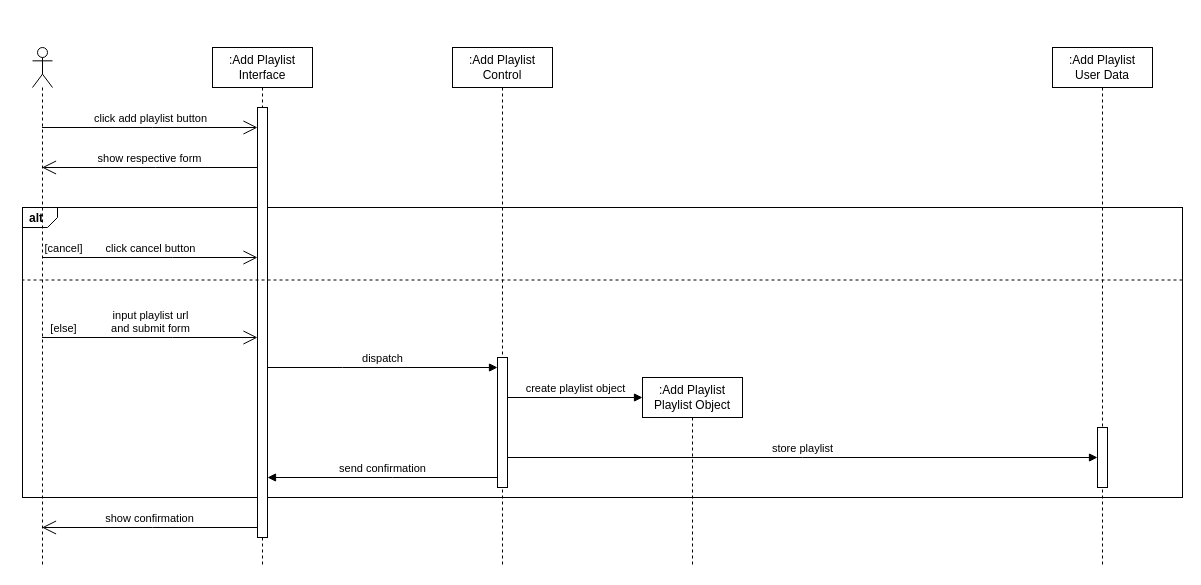
The draw.io diagram other-files/Process Diagrams/Add Playlist.drawio in Jorge-L-F/MyGym, before the edit. Source tidied: cells renumbered, new cells numbered last; positions are measured from the earlier drawing's top-left corner, leaving out a move shared by most shapes. Both pictures are drawn from the tidied source at 100%, with x=0, y=0 at pixel (22, 47).
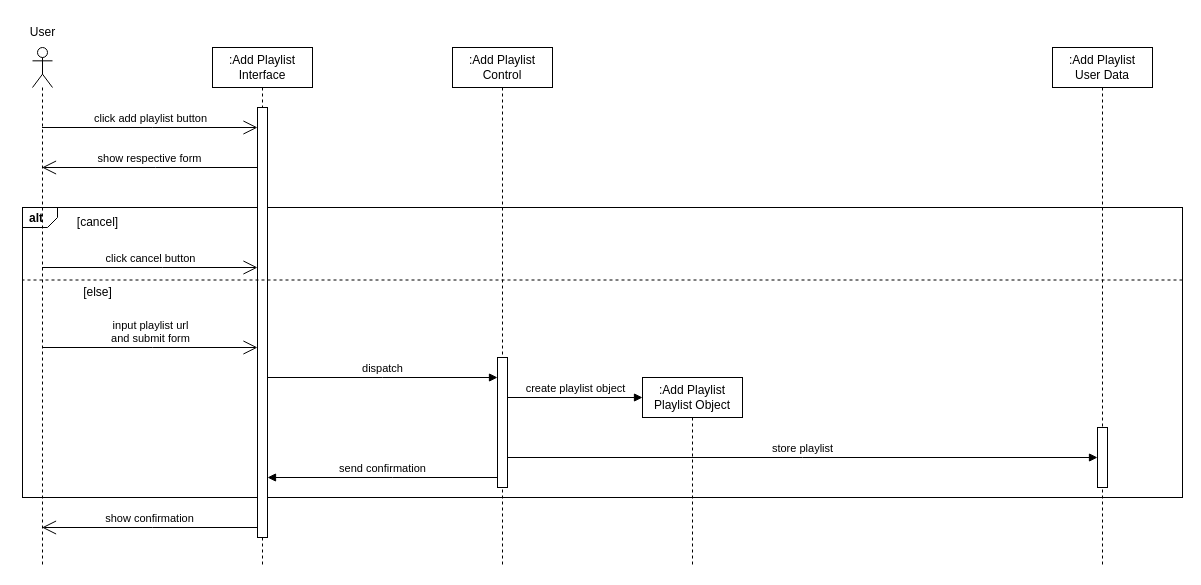
The same diagram, later.

The change refers to these unchanged cells:
```xml
<mxCell id="3" style="shape=umlLifeline;perimeter=lifelinePerimeter;whiteSpace=wrap;html=1;outlineConnect=0;portConstraint=eastwest;newEdgeStyle={&quot;edgeStyle&quot;:&quot;elbowEdgeStyle&quot;,&quot;elbow&quot;:&quot;vertical&quot;,&quot;curved&quot;:0,&quot;rounded&quot;:0};participant=umlActor;" parent="1" vertex="1">
  <mxGeometry x="10" width="20" height="520" as="geometry" />
</mxCell>
<mxCell id="5" style="html=1;points=[];perimeter=orthogonalPerimeter;outlineConnect=0;targetShapes=umlLifeline;portConstraint=eastwest;newEdgeStyle={&quot;edgeStyle&quot;:&quot;elbowEdgeStyle&quot;,&quot;elbow&quot;:&quot;vertical&quot;,&quot;curved&quot;:0,&quot;rounded&quot;:0};" parent="4" vertex="1">
  <mxGeometry x="45" y="60" width="10" height="430" as="geometry" />
</mxCell>
<mxCell id="7" style="html=1;points=[];perimeter=orthogonalPerimeter;outlineConnect=0;targetShapes=umlLifeline;portConstraint=eastwest;newEdgeStyle={&quot;edgeStyle&quot;:&quot;elbowEdgeStyle&quot;,&quot;elbow&quot;:&quot;vertical&quot;,&quot;curved&quot;:0,&quot;rounded&quot;:0};" parent="6" vertex="1">
  <mxGeometry x="45" y="310" width="10" height="130" as="geometry" />
</mxCell>
```

What changed in the source:
```diff
@@
     <mxCell id="12" value="&lt;div&gt;input playlist url&lt;/div&gt;&lt;div&gt;and submit form&lt;br&gt;&lt;/div&gt;" style="html=1;verticalAlign=bottom;endArrow=open;endSize=12;elbow=vertical;edgeStyle=elbowEdgeStyle;curved=0;rounded=0;" parent="1" edge="1" source="3" target="5">
       <mxGeometry relative="1" as="geometry">
         <Array as="points">
-          <mxPoint x="150" y="290" />
+          <mxPoint x="130" y="300" />
           <mxPoint x="133" y="180" />
         </Array>
       </mxGeometry>
     </mxCell>
-    <mxCell id="13" value="[else]" style="edgeLabel;html=1;align=center;verticalAlign=middle;" parent="12" vertex="1">
-      <mxGeometry x="-0.69" y="1" relative="1" as="geometry">
-        <mxPoint x="-12" y="-9" as="offset" />
-      </mxGeometry>
-    </mxCell>
     <mxCell id="14" value="dispatch" style="html=1;verticalAlign=bottom;endArrow=block;edgeStyle=elbowEdgeStyle;elbow=vertical;curved=0;rounded=0;" parent="1" edge="1" source="5" target="7">
       <mxGeometry relative="1" as="geometry">
         <Array as="points">
-          <mxPoint x="320" y="320" />
+          <mxPoint x="360" y="330" />
           <mxPoint x="420" y="260" />
           <mxPoint x="360" y="200" />
         </Array>
       </mxGeometry>
     </mxCell>
@@
     <mxCell id="17" value="click cancel button" style="html=1;verticalAlign=bottom;endArrow=open;endSize=12;elbow=vertical;edgeStyle=elbowEdgeStyle;curved=0;rounded=0;" parent="1" edge="1" source="3" target="5">
       <mxGeometry relative="1" as="geometry">
         <Array as="points">
-          <mxPoint x="150" y="210" />
+          <mxPoint x="140" y="220" />
           <mxPoint x="133" y="100" />
         </Array>
       </mxGeometry>
     </mxCell>
-    <mxCell id="18" value="[cancel]" style="edgeLabel;html=1;align=center;verticalAlign=middle;" parent="17" vertex="1">
-      <mxGeometry x="-0.69" y="1" relative="1" as="geometry">
-        <mxPoint x="-12" y="-9" as="offset" />
-      </mxGeometry>
-    </mxCell>
@@
+    <mxCell id="18" value="[cancel]" style="text;html=1;align=center;verticalAlign=middle;strokeColor=none;fillColor=none;" parent="1" vertex="1">
+      <mxGeometry x="45" y="160" width="60" height="30" as="geometry" />
+    </mxCell>
+    <mxCell id="13" value="[else]" style="text;html=1;align=center;verticalAlign=middle;strokeColor=none;fillColor=none;" parent="1" vertex="1">
+      <mxGeometry x="50" y="230" width="50" height="30" as="geometry" />
+    </mxCell>
+    <mxCell id="23" value="User" style="text;html=1;align=center;verticalAlign=middle;strokeColor=none;fillColor=none;" parent="1" vertex="1">
+      <mxGeometry x="-5" y="-30" width="50" height="30" as="geometry" />
+    </mxCell>
```
